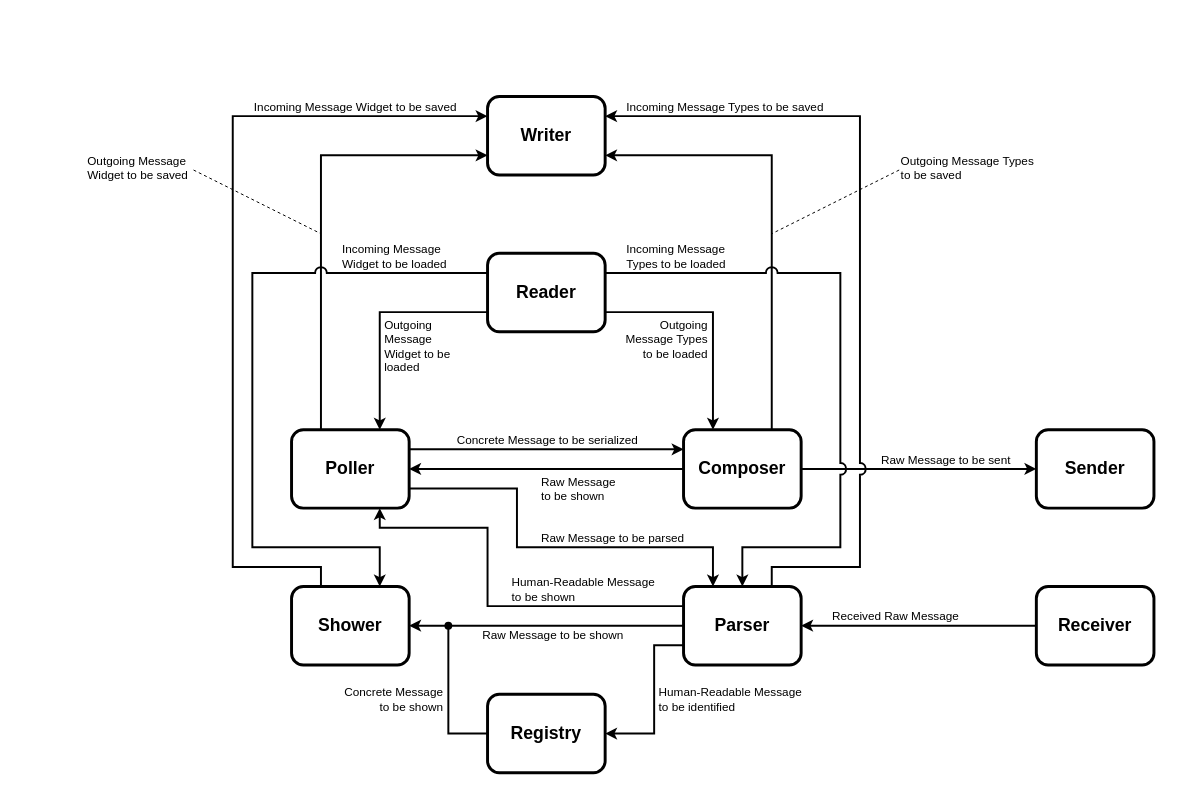
davarabinovich/can_ciffer keeps this draw.io diagram as system_design/High Level Diagram.drawio. Above is the earlier version. Source tidied: cells renumbered, new cells numbered last; positions are measured from the earlier drawing's top-left corner, leaving out a move shared by most shapes. Both pictures are drawn from the tidied source at 98%, with x=0, y=0 at pixel (85, 96).
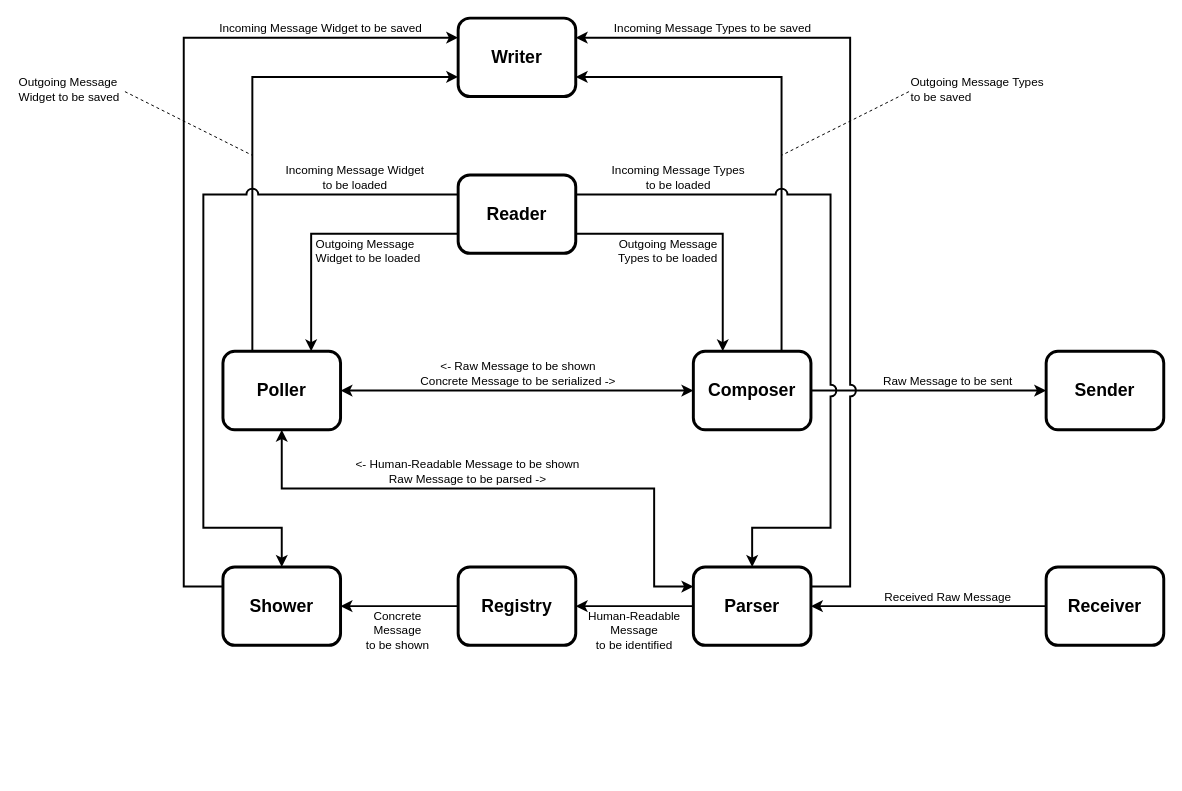
After the change.

Commit message (it also covers changes not shown here):
Use cases list added. HL diagram beatufied. LL in progress.

The edit, as a diff of the source:
```diff
@@
     <mxCell id="2" value="Sender" style="rounded=1;whiteSpace=wrap;html=1;strokeWidth=3;fontSize=18;fontStyle=1;" parent="1" vertex="1">
-      <mxGeometry x="970" y="340" width="120" height="80" as="geometry" />
+      <mxGeometry x="980" y="260" width="120" height="80" as="geometry" />
     </mxCell>
@@
     <mxCell id="4" value="Receiver" style="rounded=1;whiteSpace=wrap;html=1;strokeWidth=3;fontSize=18;fontStyle=1;" parent="1" vertex="1">
-      <mxGeometry x="970" y="500" width="120" height="80" as="geometry" />
+      <mxGeometry x="980" y="480" width="120" height="80" as="geometry" />
     </mxCell>
@@
-    <mxCell id="7" style="edgeStyle=orthogonalEdgeStyle;rounded=0;jettySize=auto;html=1;fontStyle=0;strokeWidth=2;" parent="1" edge="1" source="8" target="17">
+    <mxCell id="7" style="edgeStyle=orthogonalEdgeStyle;rounded=0;jettySize=auto;html=1;fontStyle=0;strokeWidth=2;startArrow=classic;startFill=1;" parent="1" edge="1" source="8" target="17">
       <mxGeometry relative="1" as="geometry" />
     </mxCell>
     <mxCell id="8" value="Composer" style="rounded=1;whiteSpace=wrap;html=1;strokeWidth=3;fontSize=18;fontStyle=1;" parent="1" vertex="1">
-      <mxGeometry x="610" y="340" width="120" height="80" as="geometry" />
+      <mxGeometry x="620" y="260" width="120" height="80" as="geometry" />
     </mxCell>
-    <mxCell id="9" style="edgeStyle=orthogonalEdgeStyle;rounded=0;jettySize=auto;html=1;strokeWidth=2;jumpStyle=arc;jumpSize=10;exitX=0;exitY=0.75;exitDx=0;exitDy=0;" parent="1" edge="1" source="13" target="40">
+    <mxCell id="9" style="edgeStyle=orthogonalEdgeStyle;rounded=0;jettySize=auto;html=1;strokeWidth=2;jumpStyle=arc;jumpSize=10;exitX=0;exitY=0.5;exitDx=0;exitDy=0;" parent="1" edge="1" source="13" target="40">
       <mxGeometry relative="1" as="geometry">
         <Array as="points">
-          <mxPoint x="580" y="560" />
-          <mxPoint x="580" y="650" />
+          <mxPoint x="600" y="520" />
+          <mxPoint x="600" y="520" />
         </Array>
       </mxGeometry>
     </mxCell>
-    <mxCell id="10" style="edgeStyle=orthogonalEdgeStyle;rounded=0;jettySize=auto;html=1;exitX=0.75;exitY=0;exitDx=0;exitDy=0;entryX=1;entryY=0.25;entryDx=0;entryDy=0;strokeWidth=2;jumpStyle=arc;jumpSize=10;" parent="1" edge="1" source="13" target="20">
+    <mxCell id="10" style="edgeStyle=orthogonalEdgeStyle;rounded=0;jettySize=auto;html=1;exitX=1;exitY=0.25;exitDx=0;exitDy=0;entryX=1;entryY=0.25;entryDx=0;entryDy=0;strokeWidth=2;jumpStyle=arc;jumpSize=10;" parent="1" edge="1" source="13" target="20">
       <mxGeometry relative="1" as="geometry">
         <Array as="points">
-          <mxPoint x="700" y="480" />
-          <mxPoint x="790" y="480" />
-          <mxPoint x="790" y="20" />
+          <mxPoint x="780" y="500" />
+          <mxPoint x="780" y="-60" />
         </Array>
       </mxGeometry>
     </mxCell>
-    <mxCell id="11" style="edgeStyle=orthogonalEdgeStyle;rounded=0;jettySize=auto;html=1;exitX=0;exitY=0.5;exitDx=0;exitDy=0;strokeWidth=2;endArrow=oval;endFill=1;" parent="1" edge="1" source="13">
-      <mxGeometry relative="1" as="geometry">
-        <mxPoint x="370" y="540" as="targetPoint" />
-      </mxGeometry>
-    </mxCell>
-    <mxCell id="12" style="edgeStyle=orthogonalEdgeStyle;rounded=0;jettySize=auto;html=1;exitX=0;exitY=0.25;exitDx=0;exitDy=0;entryX=0.75;entryY=1;entryDx=0;entryDy=0;strokeWidth=2;" parent="1" edge="1" source="13" target="17">
+    <mxCell id="12" style="edgeStyle=orthogonalEdgeStyle;rounded=0;jettySize=auto;html=1;exitX=0;exitY=0.25;exitDx=0;exitDy=0;entryX=0.5;entryY=1;entryDx=0;entryDy=0;strokeWidth=2;startArrow=classic;startFill=1;" parent="1" edge="1" source="13" target="17">
       <mxGeometry relative="1" as="geometry">
         <Array as="points">
-          <mxPoint x="410" y="520" />
-          <mxPoint x="410" y="440" />
-          <mxPoint x="300" y="440" />
+          <mxPoint x="580" y="500" />
+          <mxPoint x="580" y="400" />
+          <mxPoint x="200" y="400" />
         </Array>
       </mxGeometry>
     </mxCell>
     <mxCell id="13" value="Parser" style="rounded=1;whiteSpace=wrap;html=1;strokeWidth=3;fontSize=18;fontStyle=1;" parent="1" vertex="1">
-      <mxGeometry x="610" y="500" width="120" height="80" as="geometry" />
+      <mxGeometry x="620" y="480" width="120" height="80" as="geometry" />
     </mxCell>
-    <mxCell id="14" style="edgeStyle=orthogonalEdgeStyle;rounded=0;jettySize=auto;html=1;strokeWidth=2;jumpStyle=arc;jumpSize=10;entryX=0;entryY=0.25;entryDx=0;entryDy=0;exitX=1;exitY=0.25;exitDx=0;exitDy=0;" parent="1" edge="1" source="17" target="8">
-      <mxGeometry relative="1" as="geometry" />
-    </mxCell>
@@
-    <mxCell id="16" style="edgeStyle=orthogonalEdgeStyle;rounded=0;jettySize=auto;html=1;exitX=1;exitY=0.75;exitDx=0;exitDy=0;entryX=0.25;entryY=0;entryDx=0;entryDy=0;strokeWidth=2;" parent="1" edge="1" source="17" target="13">
-      <mxGeometry relative="1" as="geometry">
-        <Array as="points">
-          <mxPoint x="440" y="400" />
-          <mxPoint x="440" y="460" />
-          <mxPoint x="640" y="460" />
-        </Array>
-      </mxGeometry>
-    </mxCell>
     <mxCell id="17" value="Poller" style="rounded=1;whiteSpace=wrap;html=1;strokeWidth=3;fontSize=18;fontStyle=1;" parent="1" vertex="1">
-      <mxGeometry x="210" y="340" width="120" height="80" as="geometry" />
+      <mxGeometry x="140" y="260" width="120" height="80" as="geometry" />
     </mxCell>
-    <mxCell id="18" style="edgeStyle=orthogonalEdgeStyle;rounded=0;jettySize=auto;html=1;exitX=0.25;exitY=0;exitDx=0;exitDy=0;entryX=0;entryY=0.25;entryDx=0;entryDy=0;strokeWidth=2;jumpStyle=arc;jumpSize=10;" parent="1" edge="1" source="19" target="20">
+    <mxCell id="18" style="edgeStyle=orthogonalEdgeStyle;rounded=0;jettySize=auto;html=1;exitX=0;exitY=0.25;exitDx=0;exitDy=0;entryX=0;entryY=0.25;entryDx=0;entryDy=0;strokeWidth=2;jumpStyle=arc;jumpSize=10;" parent="1" edge="1" source="19" target="20">
       <mxGeometry relative="1" as="geometry">
         <Array as="points">
-          <mxPoint x="240" y="480" />
-          <mxPoint x="150" y="480" />
-          <mxPoint x="150" y="20" />
+          <mxPoint x="100" y="500" />
+          <mxPoint x="100" y="-60" />
         </Array>
       </mxGeometry>
     </mxCell>
     <mxCell id="19" value="Shower" style="rounded=1;whiteSpace=wrap;html=1;strokeWidth=3;fontSize=18;fontStyle=1;" parent="1" vertex="1">
-      <mxGeometry x="210" y="500" width="120" height="80" as="geometry" />
+      <mxGeometry x="140" y="480" width="120" height="80" as="geometry" />
     </mxCell>
     <mxCell id="20" value="Writer" style="rounded=1;whiteSpace=wrap;html=1;strokeWidth=3;fontSize=18;fontStyle=1;" parent="1" vertex="1">
-      <mxGeometry x="410" width="120" height="80" as="geometry" />
+      <mxGeometry x="380" y="-80" width="120" height="80" as="geometry" />
     </mxCell>
     <mxCell id="21" style="edgeStyle=orthogonalEdgeStyle;rounded=0;jettySize=auto;html=1;exitX=1;exitY=0.25;exitDx=0;exitDy=0;entryX=0.5;entryY=0;entryDx=0;entryDy=0;strokeWidth=2;jumpStyle=arc;jumpSize=10;" parent="1" edge="1" source="25" target="13">
       <mxGeometry relative="1" as="geometry">
         <Array as="points">
-          <mxPoint x="770" y="180" />
-          <mxPoint x="770" y="460" />
-          <mxPoint x="670" y="460" />
+          <mxPoint x="760" y="100" />
+          <mxPoint x="760" y="440" />
+          <mxPoint x="680" y="440" />
         </Array>
       </mxGeometry>
     </mxCell>
@@
-    <mxCell id="23" style="edgeStyle=orthogonalEdgeStyle;rounded=0;jettySize=auto;html=1;exitX=0;exitY=0.25;exitDx=0;exitDy=0;entryX=0.75;entryY=0;entryDx=0;entryDy=0;strokeWidth=2;jumpStyle=arc;jumpSize=10;" parent="1" edge="1" source="25" target="19">
+    <mxCell id="23" style="edgeStyle=orthogonalEdgeStyle;rounded=0;jettySize=auto;html=1;exitX=0;exitY=0.25;exitDx=0;exitDy=0;entryX=0.5;entryY=0;entryDx=0;entryDy=0;strokeWidth=2;jumpStyle=arc;jumpSize=10;" parent="1" edge="1" source="25" target="19">
       <mxGeometry relative="1" as="geometry">
         <Array as="points">
-          <mxPoint x="170" y="180" />
-          <mxPoint x="170" y="460" />
-          <mxPoint x="300" y="460" />
+          <mxPoint x="120" y="100" />
+          <mxPoint x="120" y="440" />
+          <mxPoint x="200" y="440" />
         </Array>
       </mxGeometry>
     </mxCell>
@@
     <mxCell id="25" value="Reader" style="rounded=1;whiteSpace=wrap;html=1;strokeWidth=3;fontSize=18;fontStyle=1;" parent="1" vertex="1">
-      <mxGeometry x="410" y="160" width="120" height="80" as="geometry" />
+      <mxGeometry x="380" y="80" width="120" height="80" as="geometry" />
     </mxCell>
-    <mxCell id="26" value="Raw Message to be sent" style="text;html=1;align=left;verticalAlign=bottom;whiteSpace=wrap;rounded=0;" parent="1" vertex="1">
-      <mxGeometry x="810" y="360" width="140" height="20" as="geometry" />
+    <mxCell id="26" value="Raw Message to be sent" style="text;html=1;align=center;verticalAlign=bottom;whiteSpace=wrap;rounded=0;" parent="1" vertex="1">
+      <mxGeometry x="800" y="280" width="160" height="20" as="geometry" />
     </mxCell>
-    <mxCell id="27" value="Received Raw Message" style="text;html=1;align=left;verticalAlign=bottom;whiteSpace=wrap;rounded=0;" parent="1" vertex="1">
-      <mxGeometry x="760" y="520" width="190" height="20" as="geometry" />
+    <mxCell id="27" value="Received Raw Message" style="text;html=1;align=center;verticalAlign=bottom;whiteSpace=wrap;rounded=0;" parent="1" vertex="1">
+      <mxGeometry x="800" y="500" width="160" height="20" as="geometry" />
     </mxCell>
-    <mxCell id="28" value="Human-Readable Message&lt;br&gt;&lt;div&gt;to be identified&lt;/div&gt;" style="text;html=1;align=left;verticalAlign=middle;whiteSpace=wrap;rounded=0;spacingLeft=3;" parent="1" vertex="1">
-      <mxGeometry x="580" y="600" width="160" height="30" as="geometry" />
+    <mxCell id="28" value="Human-Readable Message&lt;br&gt;&lt;div&gt;to be identified&lt;/div&gt;" style="text;html=1;align=center;verticalAlign=top;whiteSpace=wrap;rounded=0;spacingLeft=0;spacingTop=-3;" parent="1" vertex="1">
+      <mxGeometry x="510" y="520" width="100" height="50" as="geometry" />
     </mxCell>
-    <mxCell id="29" value="Incoming Message Types to be saved" style="text;html=1;align=left;verticalAlign=bottom;whiteSpace=wrap;rounded=0;" parent="1" vertex="1">
-      <mxGeometry x="550" width="220" height="20" as="geometry" />
+    <mxCell id="29" value="Incoming Message Types to be saved" style="text;html=1;align=center;verticalAlign=bottom;whiteSpace=wrap;rounded=0;" parent="1" vertex="1">
+      <mxGeometry x="520" y="-80" width="240" height="20" as="geometry" />
     </mxCell>
-    <mxCell id="30" value="Incoming Message Widget to be saved" style="text;html=1;align=left;verticalAlign=bottom;whiteSpace=wrap;rounded=0;" parent="1" vertex="1">
-      <mxGeometry x="170" width="220" height="20" as="geometry" />
+    <mxCell id="30" value="Incoming Message Widget to be saved" style="text;html=1;align=center;verticalAlign=bottom;whiteSpace=wrap;rounded=0;" parent="1" vertex="1">
+      <mxGeometry x="120" y="-80" width="240" height="20" as="geometry" />
     </mxCell>
     <mxCell id="31" style="rounded=0;jettySize=auto;html=1;exitX=0;exitY=0.5;exitDx=0;exitDy=0;endArrow=none;endFill=0;dashed=1;" parent="1" edge="1" source="32">
       <mxGeometry relative="1" as="geometry">
-        <mxPoint x="700" y="140" as="targetPoint" />
+        <mxPoint x="710" y="60" as="targetPoint" />
       </mxGeometry>
     </mxCell>
     <mxCell id="32" value="Outgoing Message Types to be saved" style="text;html=1;align=left;verticalAlign=bottom;whiteSpace=wrap;rounded=0;" parent="1" vertex="1">
-      <mxGeometry x="830" y="60" width="140" height="30" as="geometry" />
+      <mxGeometry x="840" y="-20" width="140" height="30" as="geometry" />
     </mxCell>
     <mxCell id="33" style="rounded=0;jettySize=auto;html=1;exitX=1;exitY=0.5;exitDx=0;exitDy=0;dashed=1;endArrow=none;endFill=0;" parent="1" edge="1" source="34">
       <mxGeometry relative="1" as="geometry">
-        <mxPoint x="240" y="140" as="targetPoint" />
+        <mxPoint x="170" y="60" as="targetPoint" />
       </mxGeometry>
     </mxCell>
     <mxCell id="34" value="Outgoing Message Widget to be saved" style="text;html=1;align=left;verticalAlign=bottom;whiteSpace=wrap;rounded=0;" parent="1" vertex="1">
-      <mxGeometry y="60" width="110" height="30" as="geometry" />
+      <mxGeometry x="-70" y="-20" width="110" height="30" as="geometry" />
     </mxCell>
-    <mxCell id="35" value="Incoming Message Types to be loaded" style="text;html=1;align=left;verticalAlign=bottom;whiteSpace=wrap;rounded=0;" parent="1" vertex="1">
-      <mxGeometry x="550" y="150" width="130" height="30" as="geometry" />
+    <mxCell id="35" value="Incoming Message Types&lt;div&gt;to be loaded&lt;/div&gt;" style="text;html=1;align=center;verticalAlign=bottom;whiteSpace=wrap;rounded=0;" parent="1" vertex="1">
+      <mxGeometry x="520" y="70" width="170" height="30" as="geometry" />
     </mxCell>
-    <mxCell id="36" value="Incoming Message Widget to be loaded" style="text;html=1;align=left;verticalAlign=bottom;whiteSpace=wrap;rounded=0;" parent="1" vertex="1">
-      <mxGeometry x="260" y="150" width="130" height="30" as="geometry" />
+    <mxCell id="36" value="Incoming Message Widget&lt;div&gt;to be loaded&lt;/div&gt;" style="text;html=1;align=center;verticalAlign=bottom;whiteSpace=wrap;rounded=0;" parent="1" vertex="1">
+      <mxGeometry x="190" y="70" width="170" height="30" as="geometry" />
     </mxCell>
-    <mxCell id="37" value="Outgoing Message Types to be loaded" style="text;html=1;align=right;verticalAlign=top;whiteSpace=wrap;rounded=0;spacingRight=3;" parent="1" vertex="1">
-      <mxGeometry x="550" y="220" width="90" height="50" as="geometry" />
+    <mxCell id="37" value="Outgoing Message Types to be loaded" style="text;html=1;align=right;verticalAlign=top;whiteSpace=wrap;rounded=0;spacingRight=3;spacingTop=-3;" parent="1" vertex="1">
+      <mxGeometry x="520" y="140" width="130" height="30" as="geometry" />
     </mxCell>
-    <mxCell id="38" value="Outgoing Message Widget to be loaded" style="text;html=1;align=left;verticalAlign=top;whiteSpace=wrap;rounded=0;spacingLeft=3;" parent="1" vertex="1">
-      <mxGeometry x="300" y="220" width="90" height="70" as="geometry" />
+    <mxCell id="38" value="Outgoing Message Widget to be loaded" style="text;html=1;align=left;verticalAlign=top;whiteSpace=wrap;rounded=0;spacingLeft=3;spacingTop=-3;" parent="1" vertex="1">
+      <mxGeometry x="230" y="140" width="130" height="30" as="geometry" />
     </mxCell>
     <mxCell id="39" style="edgeStyle=orthogonalEdgeStyle;rounded=0;jettySize=auto;html=1;entryX=1;entryY=0.5;entryDx=0;entryDy=0;strokeWidth=2;" parent="1" edge="1" source="40" target="19">
       <mxGeometry relative="1" as="geometry">
         <Array as="points">
-          <mxPoint x="370" y="650" />
-          <mxPoint x="370" y="540" />
+          <mxPoint x="390" y="520" />
+          <mxPoint x="390" y="520" />
         </Array>
       </mxGeometry>
     </mxCell>
     <mxCell id="40" value="Registry" style="rounded=1;whiteSpace=wrap;html=1;strokeWidth=3;fontSize=18;fontStyle=1;" parent="1" vertex="1">
-      <mxGeometry x="410" y="610" width="120" height="80" as="geometry" />
+      <mxGeometry x="380" y="480" width="120" height="80" as="geometry" />
     </mxCell>
-    <mxCell id="41" value="Concrete Message&lt;br&gt;&lt;div&gt;to be shown&lt;br&gt;&lt;/div&gt;" style="text;html=1;align=right;verticalAlign=middle;whiteSpace=wrap;rounded=0;spacingLeft=3;spacingRight=3;" parent="1" vertex="1">
-      <mxGeometry x="260" y="600" width="110" height="30" as="geometry" />
+    <mxCell id="41" value="Concrete Message&lt;br&gt;&lt;div&gt;to be shown&lt;br&gt;&lt;/div&gt;" style="text;html=1;align=center;verticalAlign=top;whiteSpace=wrap;rounded=0;spacingLeft=0;spacingRight=3;spacingTop=-3;" parent="1" vertex="1">
+      <mxGeometry x="280" y="520" width="80" height="50" as="geometry" />
     </mxCell>
-    <mxCell id="42" value="Concrete Message to be serialized" style="text;html=1;align=center;verticalAlign=bottom;whiteSpace=wrap;rounded=0;spacingLeft=3;" parent="1" vertex="1">
-      <mxGeometry x="350" y="340" width="240" height="20" as="geometry" />
+    <mxCell id="42" value="&amp;lt;- Raw Message&amp;nbsp;&lt;span style=&quot;background-color: initial;&quot;&gt;to be shown&lt;/span&gt;&lt;div&gt;Concrete Message to be serialized -&amp;gt;&lt;/div&gt;" style="text;html=1;align=center;verticalAlign=bottom;whiteSpace=wrap;rounded=0;spacingLeft=3;" parent="1" vertex="1">
+      <mxGeometry x="280" y="270" width="320" height="30" as="geometry" />
     </mxCell>
-    <mxCell id="43" value="Raw Message&lt;br&gt;&lt;div&gt;to be shown&lt;br&gt;&lt;/div&gt;" style="text;html=1;align=left;verticalAlign=top;whiteSpace=wrap;rounded=0;spacingLeft=3;" parent="1" vertex="1">
-      <mxGeometry x="460" y="380" width="130" height="30" as="geometry" />
-    </mxCell>
-    <mxCell id="44" value="Raw Message to be shown" style="text;html=1;align=left;verticalAlign=middle;whiteSpace=wrap;rounded=0;spacingLeft=3;" parent="1" vertex="1">
-      <mxGeometry x="400" y="540" width="160" height="20" as="geometry" />
-    </mxCell>
-    <mxCell id="45" value="Raw Message to be parsed" style="text;html=1;align=left;verticalAlign=bottom;whiteSpace=wrap;rounded=0;spacingLeft=3;" parent="1" vertex="1">
-      <mxGeometry x="460" y="440" width="160" height="20" as="geometry" />
-    </mxCell>
-    <mxCell id="46" value="Human-Readable Message&lt;br&gt;&lt;div&gt;to be shown&lt;/div&gt;" style="text;html=1;align=left;verticalAlign=bottom;whiteSpace=wrap;rounded=0;spacingLeft=3;" parent="1" vertex="1">
-      <mxGeometry x="430" y="490" width="160" height="30" as="geometry" />
+    <mxCell id="46" value="&amp;lt;- Human-Readable Message&amp;nbsp;&lt;span style=&quot;background-color: initial;&quot;&gt;to be shown&lt;/span&gt;&lt;div&gt;&lt;span style=&quot;background-color: initial;&quot;&gt;Raw Message to be parsed -&amp;gt;&lt;/span&gt;&lt;/div&gt;" style="text;html=1;align=center;verticalAlign=bottom;whiteSpace=wrap;rounded=0;spacingLeft=0;" parent="1" vertex="1">
+      <mxGeometry x="220" y="370" width="340" height="30" as="geometry" />
     </mxCell>
```
